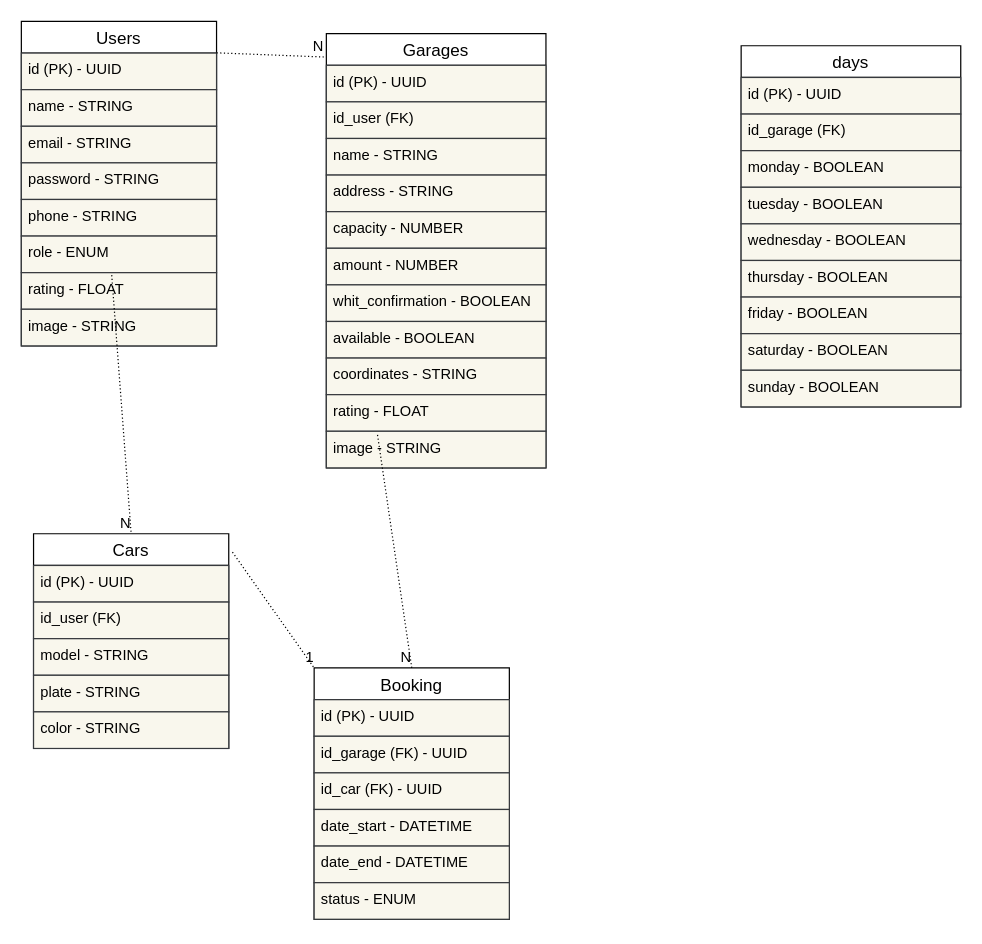
Earlier version of the draw.io diagram backend/relationalDiagram.drawio (No-Country/s13-04-t-node-react). Source tidied: cells renumbered, new cells numbered last; positions are measured from the earlier drawing's top-left corner, leaving out a move shared by most shapes. Both pictures are drawn from the tidied source at 122%, with x=0, y=0 at pixel (21, 21).
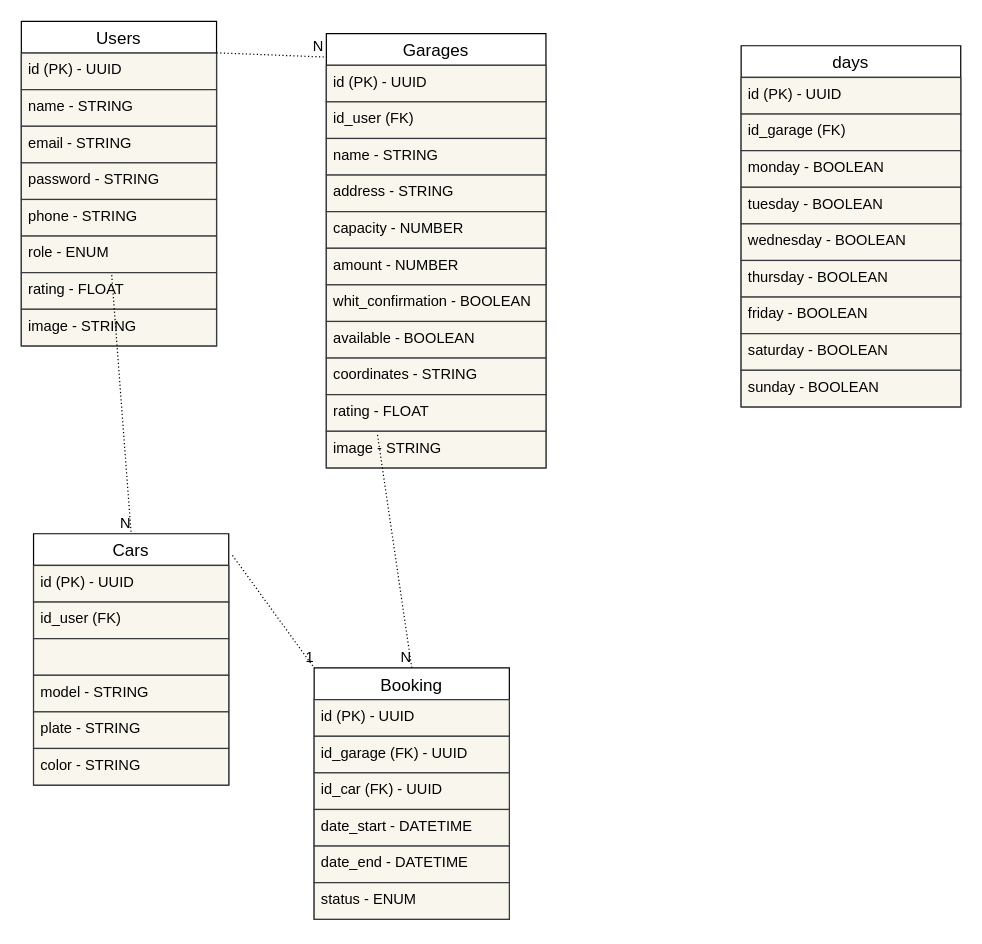
After the change.

The edit, as a diff of the source:
```diff
@@
     <mxCell id="23" value="Cars" style="swimlane;fontStyle=0;horizontal=1;startSize=26;align=center;fontSize=14;" parent="1" vertex="1">
-      <mxGeometry x="10" y="420" width="160" height="176" as="geometry" />
+      <mxGeometry x="10" y="420" width="160" height="206" as="geometry" />
     </mxCell>
@@
+    <mxCell id="54" style="text;strokeColor=#36393d;fillColor=#f9f7ed;spacingLeft=4;spacingRight=4;overflow=hidden;fontSize=12;fontColor=#000000;" parent="23" vertex="1">
+      <mxGeometry y="86" width="160" height="30" as="geometry" />
+    </mxCell>
     <mxCell id="26" value="model - STRING" style="text;strokeColor=#36393d;fillColor=#f9f7ed;spacingLeft=4;spacingRight=4;overflow=hidden;fontSize=12;fontColor=#000000;" parent="23" vertex="1">
-      <mxGeometry y="86" width="160" height="30" as="geometry" />
+      <mxGeometry y="116" width="160" height="30" as="geometry" />
     </mxCell>
     <mxCell id="27" value="plate - STRING" style="text;strokeColor=#36393d;fillColor=#f9f7ed;spacingLeft=4;spacingRight=4;overflow=hidden;fontSize=12;fontColor=#000000;" parent="23" vertex="1">
-      <mxGeometry y="116" width="160" height="30" as="geometry" />
+      <mxGeometry y="146" width="160" height="30" as="geometry" />
     </mxCell>
     <mxCell id="28" value="color - STRING" style="text;strokeColor=#36393d;fillColor=#f9f7ed;spacingLeft=4;spacingRight=4;overflow=hidden;fontSize=12;fontColor=#000000;" parent="23" vertex="1">
-      <mxGeometry y="146" width="160" height="30" as="geometry" />
+      <mxGeometry y="176" width="160" height="30" as="geometry" />
     </mxCell>
```
